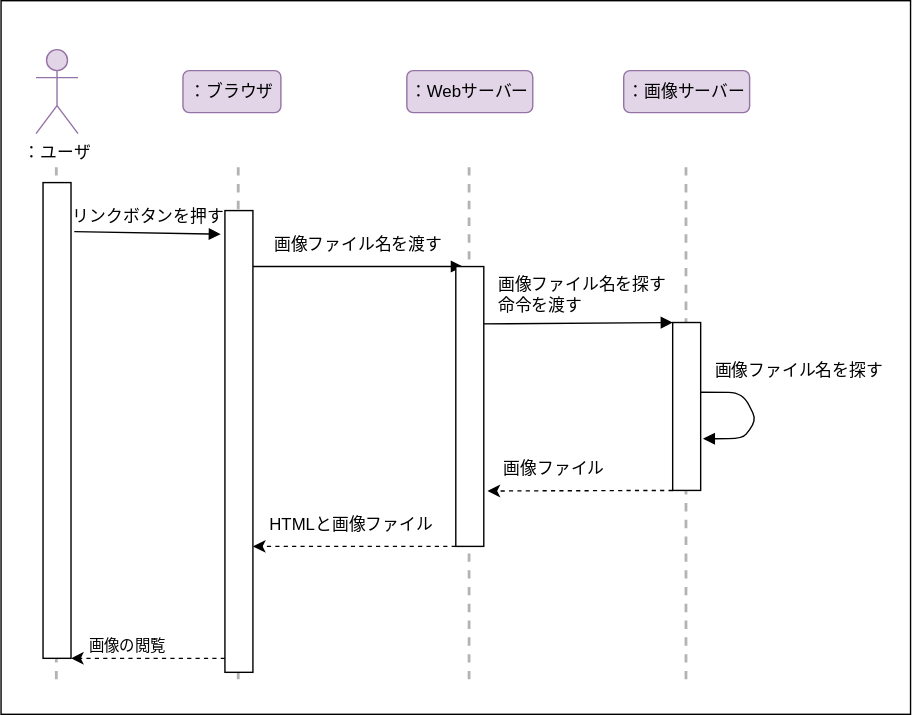
Above: 演習５-1_CD_Web画像検索.drawio.svg in a-tamura22/uml-introduction (draw.io), before the change. Source tidied: cells renumbered, new cells last; positions are measured from the earlier drawing's top-left corner, leaving out a move shared by most shapes.
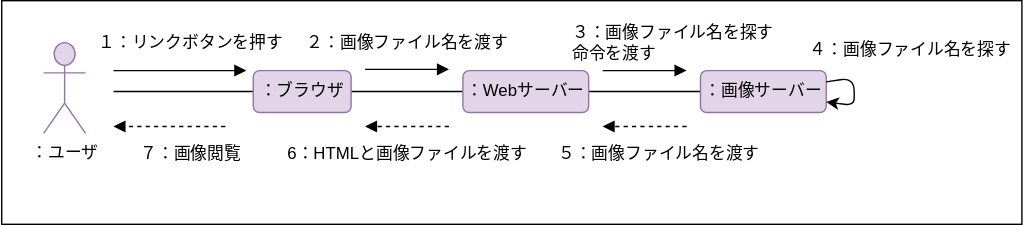
The same diagram one commit later.

Diff of the diagram source:
```diff
@@ -3,113 +3,90 @@
     <mxCell id="0" />
     <mxCell id="1" parent="0" />
     <mxCell id="2" style="rounded=0;whiteSpace=wrap;html=1;" parent="1" vertex="1">
-      <mxGeometry width="650" height="510" as="geometry" />
+      <mxGeometry x="80" width="730" height="160" as="geometry" />
     </mxCell>
+    <mxCell id="29" style="edgeStyle=none;html=1;endArrow=none;endFill=0;" parent="1" edge="1" target="4">
+      <mxGeometry relative="1" as="geometry">
+        <mxPoint x="160" y="65" as="sourcePoint" />
+      </mxGeometry>
+    </mxCell>
     <mxCell id="3" value="：ユーザ" style="shape=umlActor;verticalLabelPosition=bottom;verticalAlign=top;html=1;fillColor=#e1d5e7;strokeColor=#9673a6;" parent="1" vertex="1">
-      <mxGeometry x="25" y="35" width="30" height="60" as="geometry" />
+      <mxGeometry x="110" y="30" width="30" height="65" as="geometry" />
     </mxCell>
+    <mxCell id="30" style="edgeStyle=none;html=1;endArrow=none;endFill=0;" parent="1" edge="1" source="4" target="5">
+      <mxGeometry relative="1" as="geometry" />
+    </mxCell>
     <mxCell id="4" value="：ブラウザ" style="rounded=1;whiteSpace=wrap;html=1;fillColor=#e1d5e7;strokeColor=#9673a6;" parent="1" vertex="1">
-      <mxGeometry x="130" y="50" width="70" height="30" as="geometry" />
+      <mxGeometry x="260" y="50" width="70" height="30" as="geometry" />
     </mxCell>
+    <mxCell id="31" style="edgeStyle=none;html=1;endArrow=none;endFill=0;" parent="1" edge="1" source="5" target="6">
+      <mxGeometry relative="1" as="geometry" />
+    </mxCell>
     <mxCell id="5" value="：Webサーバー" style="rounded=1;whiteSpace=wrap;html=1;fillColor=#e1d5e7;strokeColor=#9673a6;" parent="1" vertex="1">
-      <mxGeometry x="290" y="50" width="90" height="30" as="geometry" />
+      <mxGeometry x="410" y="50" width="90" height="30" as="geometry" />
     </mxCell>
     <mxCell id="6" value="：画像サーバー" style="rounded=1;whiteSpace=wrap;html=1;fillColor=#e1d5e7;strokeColor=#9673a6;" parent="1" vertex="1">
-      <mxGeometry x="445" y="50" width="90" height="30" as="geometry" />
+      <mxGeometry x="580" y="50" width="90" height="30" as="geometry" />
     </mxCell>
-    <mxCell id="7" style="endArrow=none;dashed=1;html=1;strokeWidth=2;strokeColor=#B3B3B3;" parent="1" edge="1">
-      <mxGeometry relative="1" as="geometry">
-        <mxPoint x="39.5" y="485" as="sourcePoint" />
-        <mxPoint x="39.5" y="115" as="targetPoint" />
-      </mxGeometry>
-    </mxCell>
-    <mxCell id="8" style="endArrow=none;dashed=1;html=1;strokeWidth=2;strokeColor=#B3B3B3;" parent="1" edge="1">
-      <mxGeometry relative="1" as="geometry">
-        <mxPoint x="169.5" y="485" as="sourcePoint" />
-        <mxPoint x="169.5" y="115" as="targetPoint" />
-      </mxGeometry>
-    </mxCell>
-    <mxCell id="9" style="endArrow=none;dashed=1;html=1;strokeWidth=2;strokeColor=#B3B3B3;" parent="1" edge="1">
-      <mxGeometry relative="1" as="geometry">
-        <mxPoint x="334.5" y="485" as="sourcePoint" />
-        <mxPoint x="334.5" y="115" as="targetPoint" />
-      </mxGeometry>
-    </mxCell>
-    <mxCell id="10" style="endArrow=none;dashed=1;html=1;strokeWidth=2;strokeColor=#B3B3B3;" parent="1" edge="1">
-      <mxGeometry relative="1" as="geometry">
-        <mxPoint x="489.5" y="485" as="sourcePoint" />
-        <mxPoint x="489.5" y="115" as="targetPoint" />
-      </mxGeometry>
-    </mxCell>
-    <mxCell id="11" style="edgeStyle=none;html=1;entryX=-0.15;entryY=0.051;entryDx=0;entryDy=0;entryPerimeter=0;strokeColor=#000000;exitX=1.117;exitY=0.103;exitDx=0;exitDy=0;exitPerimeter=0;endArrow=block;endFill=1;" parent="1" edge="1" source="12" target="16">
-      <mxGeometry relative="1" as="geometry" />
+    <mxCell id="11" style="edgeStyle=none;html=1;entryX=-0.15;entryY=0.051;entryDx=0;entryDy=0;entryPerimeter=0;strokeColor=#000000;endArrow=block;endFill=1;" parent="1" edge="1">
+      <mxGeometry relative="1" as="geometry">
+        <mxPoint x="160" y="50" as="sourcePoint" />
+        <mxPoint x="255" y="50" as="targetPoint" />
+      </mxGeometry>
     </mxCell>
-    <mxCell id="12" style="rounded=0;whiteSpace=wrap;html=1;" parent="1" vertex="1">
-      <mxGeometry x="30" y="130" width="20" height="340" as="geometry" />
-    </mxCell>
-    <mxCell id="13" style="edgeStyle=none;html=1;entryX=0.25;entryY=0;entryDx=0;entryDy=0;strokeColor=#000000;endArrow=block;endFill=1;" parent="1" edge="1" target="19">
-      <mxGeometry relative="1" as="geometry">
-        <mxPoint x="180" y="190" as="sourcePoint" />
-      </mxGeometry>
-    </mxCell>
-    <mxCell id="14" style="edgeStyle=none;html=1;entryX=1;entryY=1;entryDx=0;entryDy=0;dashed=1;strokeColor=#000000;" parent="1" edge="1" target="12">
-      <mxGeometry relative="1" as="geometry">
-        <mxPoint x="160" y="470" as="sourcePoint" />
-      </mxGeometry>
-    </mxCell>
-    <mxCell id="15" value="画像の閲覧" style="edgeLabel;html=1;align=center;verticalAlign=middle;" parent="14" vertex="1">
-      <mxGeometry x="0.77" y="4" relative="1" as="geometry">
-        <mxPoint x="27" y="-14" as="offset" />
-      </mxGeometry>
-    </mxCell>
-    <mxCell id="16" style="rounded=0;whiteSpace=wrap;html=1;" parent="1" vertex="1">
-      <mxGeometry x="160" y="150" width="20" height="330" as="geometry" />
-    </mxCell>
-    <mxCell id="17" style="edgeStyle=none;html=1;entryX=0;entryY=0;entryDx=0;entryDy=0;strokeColor=#000000;endArrow=block;endFill=1;" parent="1" edge="1" target="21">
-      <mxGeometry relative="1" as="geometry">
-        <mxPoint x="340" y="231" as="sourcePoint" />
-      </mxGeometry>
-    </mxCell>
-    <mxCell id="18" style="edgeStyle=none;html=1;dashed=1;strokeColor=#000000;exitX=0;exitY=1;exitDx=0;exitDy=0;" parent="1" edge="1" source="19">
-      <mxGeometry relative="1" as="geometry">
-        <mxPoint x="180" y="390" as="targetPoint" />
-      </mxGeometry>
-    </mxCell>
-    <mxCell id="19" style="rounded=0;whiteSpace=wrap;html=1;" parent="1" vertex="1">
-      <mxGeometry x="325" y="190" width="20" height="200" as="geometry" />
-    </mxCell>
-    <mxCell id="20" style="edgeStyle=none;html=1;entryX=1.133;entryY=0.802;entryDx=0;entryDy=0;entryPerimeter=0;dashed=1;strokeColor=#000000;exitX=0;exitY=1;exitDx=0;exitDy=0;" parent="1" edge="1" source="21" target="19">
-      <mxGeometry relative="1" as="geometry" />
-    </mxCell>
-    <mxCell id="21" style="rounded=0;whiteSpace=wrap;html=1;" parent="1" vertex="1">
-      <mxGeometry x="480" y="230" width="20" height="120" as="geometry" />
-    </mxCell>
-    <mxCell id="22" value="リンクボタンを押す" style="text;html=1;align=center;verticalAlign=middle;strokeColor=none;fillColor=none;" parent="1" vertex="1">
-      <mxGeometry x="40" y="140" width="130" height="30" as="geometry" />
+    <mxCell id="22" value="１：リンクボタンを押す" style="text;html=1;align=center;verticalAlign=middle;strokeColor=none;fillColor=none;" parent="1" vertex="1">
+      <mxGeometry x="135" y="15" width="160" height="30" as="geometry" />
     </mxCell>
-    <mxCell id="23" value="画像ファイル名を渡す" style="text;html=1;align=center;verticalAlign=middle;strokeColor=none;fillColor=none;" parent="1" vertex="1">
-      <mxGeometry x="185" y="160" width="140" height="30" as="geometry" />
+    <mxCell id="23" value="５：画像ファイル名を渡す" style="text;html=1;align=center;verticalAlign=middle;strokeColor=none;fillColor=none;" parent="1" vertex="1">
+      <mxGeometry x="465" y="95" width="170" height="30" as="geometry" />
     </mxCell>
-    <mxCell id="24" value="画像ファイル名を探す&lt;br&gt;&lt;div style=&quot;text-align: left;&quot;&gt;&lt;span style=&quot;background-color: initial;&quot;&gt;命令を渡す&lt;/span&gt;&lt;/div&gt;" style="text;html=1;align=center;verticalAlign=middle;strokeColor=none;fillColor=none;" parent="1" vertex="1">
-      <mxGeometry x="345" y="190" width="140" height="40" as="geometry" />
+    <mxCell id="24" value="３：画像ファイル名を探す&lt;br&gt;&lt;div style=&quot;text-align: left;&quot;&gt;&lt;span style=&quot;background-color: initial;&quot;&gt;命令を渡す&lt;/span&gt;&lt;/div&gt;" style="text;html=1;align=center;verticalAlign=middle;strokeColor=none;fillColor=none;" parent="1" vertex="1">
+      <mxGeometry x="475" y="10" width="170" height="40" as="geometry" />
     </mxCell>
-    <mxCell id="25" style="edgeStyle=none;html=1;entryX=1.083;entryY=0.692;entryDx=0;entryDy=0;entryPerimeter=0;strokeColor=#000000;endArrow=block;endFill=1;exitX=0.978;exitY=0.415;exitDx=0;exitDy=0;exitPerimeter=0;" parent="1" edge="1" source="21" target="21">
-      <mxGeometry relative="1" as="geometry">
-        <Array as="points">
-          <mxPoint x="530" y="280" />
-          <mxPoint x="540" y="300" />
-          <mxPoint x="530" y="313" />
-        </Array>
-      </mxGeometry>
-    </mxCell>
-    <mxCell id="26" value="画像ファイル名を探す" style="text;html=1;align=center;verticalAlign=middle;strokeColor=none;fillColor=none;" parent="1" vertex="1">
-      <mxGeometry x="500" y="250" width="140" height="30" as="geometry" />
+    <mxCell id="26" value="４：画像ファイル名を探す" style="text;html=1;align=center;verticalAlign=middle;strokeColor=none;fillColor=none;" parent="1" vertex="1">
+      <mxGeometry x="645" y="20" width="170" height="30" as="geometry" />
     </mxCell>
-    <mxCell id="27" value="画像ファイル" style="text;html=1;align=center;verticalAlign=middle;strokeColor=none;fillColor=none;" parent="1" vertex="1">
-      <mxGeometry x="345" y="320" width="100" height="30" as="geometry" />
+    <mxCell id="27" value="6：HTMLと画像ファイルを渡す" style="text;html=1;align=center;verticalAlign=middle;strokeColor=none;fillColor=none;" parent="1" vertex="1">
+      <mxGeometry x="275" y="95" width="190" height="30" as="geometry" />
     </mxCell>
-    <mxCell id="28" value="HTMLと画像ファイル" style="text;html=1;align=center;verticalAlign=middle;strokeColor=none;fillColor=none;" parent="1" vertex="1">
-      <mxGeometry x="180" y="360" width="140" height="30" as="geometry" />
+    <mxCell id="28" value="２：画像ファイル名を渡す" style="text;html=1;align=center;verticalAlign=middle;strokeColor=none;fillColor=none;" parent="1" vertex="1">
+      <mxGeometry x="285" y="15" width="170" height="30" as="geometry" />
     </mxCell>
+    <mxCell id="32" style="edgeStyle=none;html=1;strokeColor=#000000;endArrow=block;endFill=1;" parent="1" edge="1">
+      <mxGeometry relative="1" as="geometry">
+        <mxPoint x="340" y="49.1" as="sourcePoint" />
+        <mxPoint x="400" y="49.1" as="targetPoint" />
+      </mxGeometry>
+    </mxCell>
+    <mxCell id="33" style="edgeStyle=none;html=1;strokeColor=#000000;endArrow=block;endFill=1;" parent="1" edge="1">
+      <mxGeometry relative="1" as="geometry">
+        <mxPoint x="510" y="50" as="sourcePoint" />
+        <mxPoint x="570" y="50" as="targetPoint" />
+      </mxGeometry>
+    </mxCell>
+    <mxCell id="34" style="edgeStyle=none;html=1;entryX=1;entryY=0.75;entryDx=0;entryDy=0;" parent="1" edge="1" source="6" target="6">
+      <mxGeometry relative="1" as="geometry" />
+    </mxCell>
+    <mxCell id="35" style="edgeStyle=none;html=1;strokeColor=#000000;endArrow=block;endFill=1;dashed=1;" parent="1" edge="1">
+      <mxGeometry relative="1" as="geometry">
+        <mxPoint x="400" y="90" as="sourcePoint" />
+        <mxPoint x="340" y="90" as="targetPoint" />
+      </mxGeometry>
+    </mxCell>
+    <mxCell id="36" style="edgeStyle=none;html=1;strokeColor=#000000;endArrow=block;endFill=1;dashed=1;" parent="1" edge="1">
+      <mxGeometry relative="1" as="geometry">
+        <mxPoint x="570" y="90" as="sourcePoint" />
+        <mxPoint x="510" y="90" as="targetPoint" />
+      </mxGeometry>
+    </mxCell>
+    <mxCell id="37" style="edgeStyle=none;html=1;strokeColor=#000000;endArrow=block;endFill=1;dashed=1;" parent="1" edge="1">
+      <mxGeometry relative="1" as="geometry">
+        <mxPoint x="240" y="90" as="sourcePoint" />
+        <mxPoint x="160" y="90" as="targetPoint" />
+      </mxGeometry>
+    </mxCell>
+    <mxCell id="38" value="７：画像閲覧" style="text;html=1;align=center;verticalAlign=middle;strokeColor=none;fillColor=none;" parent="1" vertex="1">
+      <mxGeometry x="165" y="95" width="100" height="30" as="geometry" />
+    </mxCell>
   </root>
 </mxGraphModel>
```
